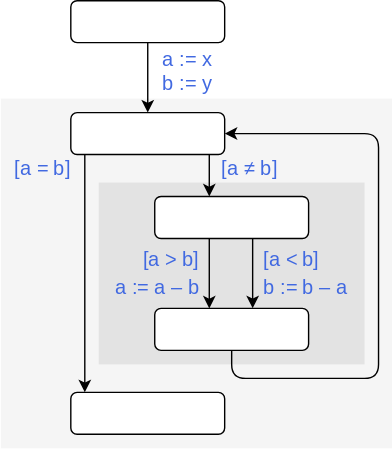
emilsekerinski/ictac2024tutorial keeps this draw.io diagram as content/01 On Algorithms/img/EuclidShades.svg. Above is the earlier version. Source tidied: cells renumbered, new cells last; positions are measured from the earlier drawing's top-left corner, leaving out a move shared by most shapes.
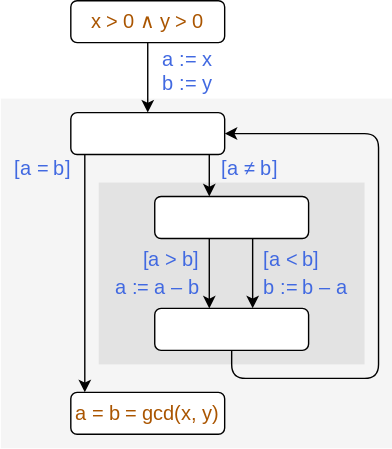
After the commit.

Diff of the diagram source:
```diff
@@ -8,7 +8,7 @@
     <mxCell id="3" style="rounded=0;whiteSpace=wrap;html=1;fillColor=#999999;fontFamily=Noto Sans;fontSize=12;fontColor=#000000;align=left;opacity=20;strokeColor=none;" parent="1" vertex="1">
       <mxGeometry x="70" y="130" width="190" height="130" as="geometry" />
     </mxCell>
-    <mxCell id="4" value="&lt;div style=&quot;text-align: left&quot;&gt;&lt;br&gt;&lt;/div&gt;" style="rounded=1;whiteSpace=wrap;html=1;fillColor=#ffffff;gradientColor=none;fontSize=14;fontColor=#d2691e;align=center;fontFamily=Noto Sans;" parent="1" vertex="1">
+    <mxCell id="4" value="&lt;div style=&quot;text-align: left&quot;&gt;&lt;span style=&quot;color: rgb(170, 85, 0); text-align: center;&quot;&gt;x &amp;gt; 0 ∧ y &amp;gt; 0&lt;/span&gt;&lt;/div&gt;" style="rounded=1;whiteSpace=wrap;html=1;fillColor=#ffffff;gradientColor=none;fontSize=14;fontColor=#d2691e;align=center;fontFamily=Noto Sans;" parent="1" vertex="1">
       <mxGeometry x="50" width="110" height="30" as="geometry" />
     </mxCell>
     <mxCell id="5" value="&lt;div style=&quot;text-align: left&quot;&gt;&lt;br&gt;&lt;/div&gt;" style="rounded=1;whiteSpace=wrap;html=1;fillColor=#ffffff;gradientColor=none;fontSize=14;fontColor=#d2691e;align=center;fontFamily=Noto Sans;" parent="1" vertex="1">
@@ -20,7 +20,7 @@
     <mxCell id="7" value="&lt;div&gt;&lt;font color=&quot;#4169e1&quot;&gt;a := x&lt;br&gt;b := y&lt;/font&gt;&lt;/div&gt;" style="text;html=1;strokeColor=none;fillColor=none;align=left;verticalAlign=middle;whiteSpace=wrap;fontSize=14;fontColor=#d2691e;fontFamily=Noto Sans;spacingLeft=9;" parent="1" vertex="1">
       <mxGeometry x="105" y="30" width="95" height="40" as="geometry" />
     </mxCell>
-    <mxCell id="8" value="&lt;div style=&quot;text-align: left&quot;&gt;&lt;br&gt;&lt;/div&gt;" style="rounded=1;whiteSpace=wrap;html=1;fillColor=#ffffff;gradientColor=none;fontSize=14;fontColor=#d2691e;align=center;fontFamily=Noto Sans;" parent="1" vertex="1">
+    <mxCell id="8" value="&lt;div style=&quot;text-align: left&quot;&gt;&lt;span style=&quot;color: rgb(170, 85, 0); text-align: center;&quot;&gt;a = b = gcd(x, y)&lt;/span&gt;&lt;/div&gt;" style="rounded=1;whiteSpace=wrap;html=1;fillColor=#ffffff;gradientColor=none;fontSize=14;fontColor=#d2691e;align=center;fontFamily=Noto Sans;" parent="1" vertex="1">
       <mxGeometry x="50" y="280" width="110" height="30" as="geometry" />
     </mxCell>
     <mxCell id="9" style="endArrow=classic;html=1;shadow=0;strokeColor=#000000;fontSize=12;fontColor=#006600;fontFamily=Noto Sans;" parent="1" edge="1">
```
